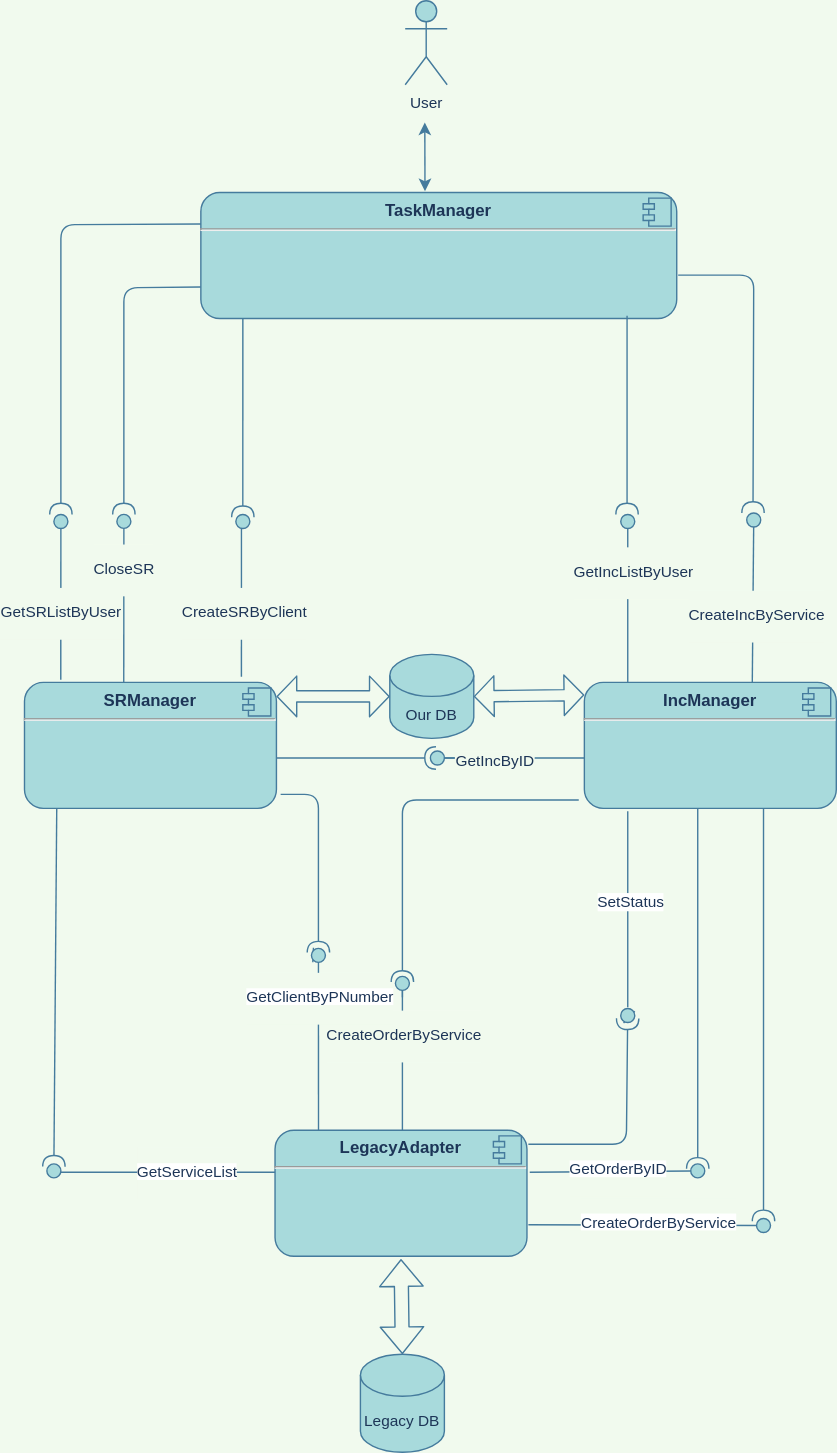
The draw.io diagram components.svg in theotheo46/gb, before a commit. Source tidied: cells renumbered, new cells last; positions are measured from the earlier drawing's top-left corner, leaving out a move shared by most shapes.
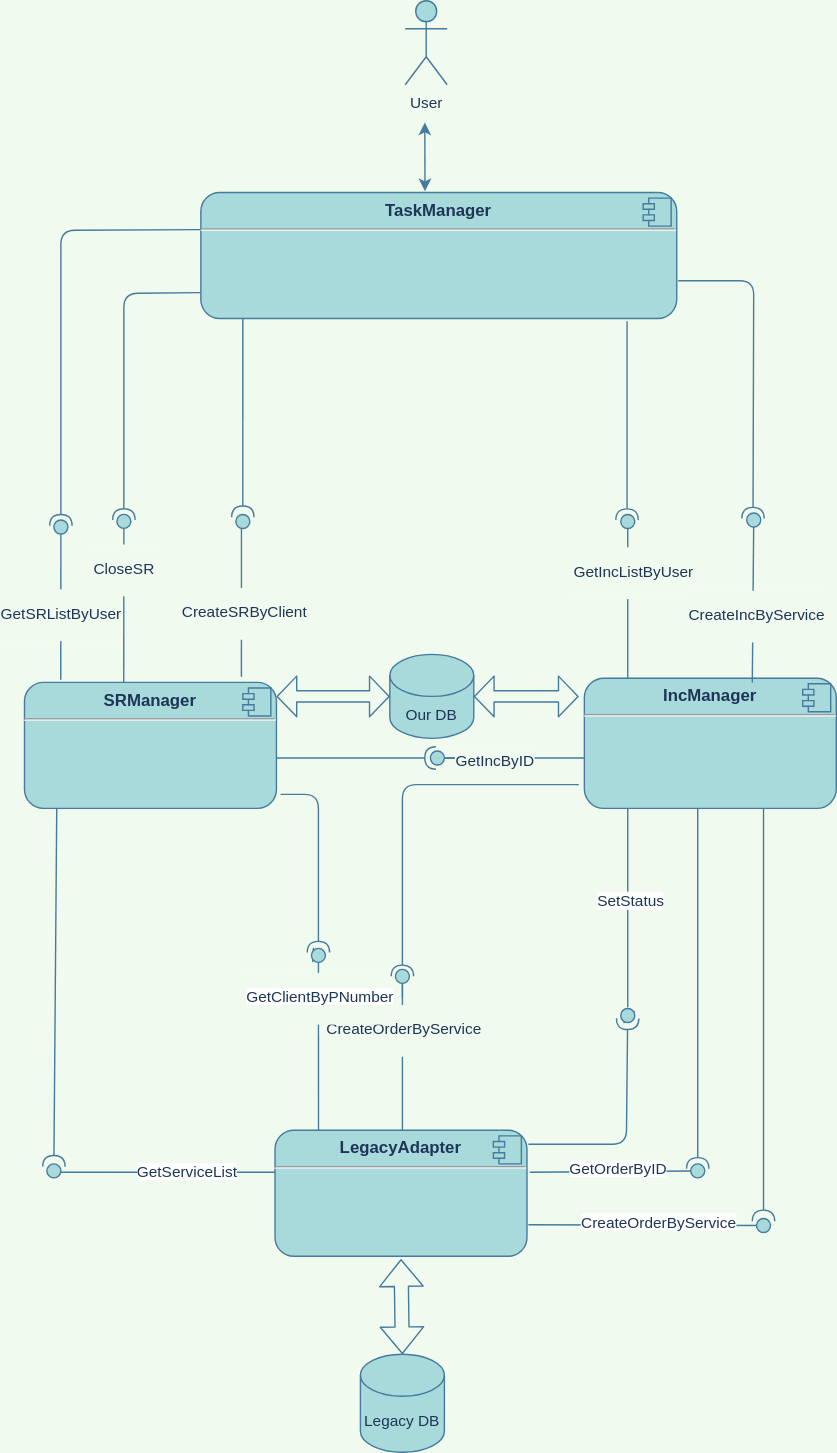
The same diagram one commit later.

Diff of the diagram source:
```diff
@@ -19,7 +19,7 @@
       </mxGeometry>
     </mxCell>
     <mxCell id="6" style="ellipse;whiteSpace=wrap;html=1;align=center;points=[];outlineConnect=0;fillColor=#A8DADC;strokeColor=#457B9D;fontColor=#1D3557;rounded=1;" parent="1" vertex="1">
-      <mxGeometry x="21" y="367" width="10" height="10" as="geometry" />
+      <mxGeometry x="21" y="371" width="10" height="10" as="geometry" />
     </mxCell>
     <mxCell id="7" style="jettySize=auto;html=1;endArrow=none;endFill=0;targetPerimeterSpacing=0;exitX=0.5;exitY=0;exitDx=0;exitDy=0;startArrow=none;strokeColor=#457B9D;fontColor=#1D3557;labelBackgroundColor=#F1FAEE;" parent="1" edge="1" source="8">
       <mxGeometry relative="1" as="geometry">
@@ -49,7 +49,7 @@
       <mxGeometry x="151" y="367" width="10" height="10" as="geometry" />
     </mxCell>
     <mxCell id="14" value="&lt;p style=&quot;margin: 6px 0px 0px ; text-align: center&quot;&gt;&lt;b&gt;IncManager&lt;/b&gt;&lt;/p&gt;&lt;hr&gt;&lt;p style=&quot;margin: 0px 0px 0px 8px&quot;&gt;&lt;br&gt;&lt;/p&gt;" style="align=left;overflow=fill;html=1;fillColor=#A8DADC;strokeColor=#457B9D;fontColor=#1D3557;rounded=1;" parent="1" vertex="1">
-      <mxGeometry x="400" y="487" width="180" height="90" as="geometry" />
+      <mxGeometry x="400" y="484" width="180" height="93" as="geometry" />
     </mxCell>
     <mxCell id="15" style="shape=component;jettyWidth=8;jettyHeight=4;fillColor=#A8DADC;strokeColor=#457B9D;fontColor=#1D3557;rounded=1;" parent="14" vertex="1">
       <mxGeometry x="1" width="20" height="20" relative="1" as="geometry">
@@ -73,7 +73,7 @@
       </mxGeometry>
     </mxCell>
     <mxCell id="19" style="ellipse;whiteSpace=wrap;html=1;align=center;points=[];outlineConnect=0;fillColor=#A8DADC;strokeColor=#457B9D;fontColor=#1D3557;rounded=1;" parent="1" vertex="1">
-      <mxGeometry x="265" y="697" width="10" height="10" as="geometry" />
+      <mxGeometry x="265" y="692" width="10" height="10" as="geometry" />
     </mxCell>
     <mxCell id="20" style="jettySize=auto;html=1;endArrow=none;endFill=0;sourcePerimeterSpacing=0;exitX=0.5;exitY=0;exitDx=0;exitDy=0;strokeColor=#457B9D;fontColor=#1D3557;labelBackgroundColor=#F1FAEE;" parent="1" edge="1" target="19">
       <mxGeometry relative="1" as="geometry">
@@ -119,10 +119,10 @@
     </mxCell>
     <mxCell id="29" style="orthogonalLoop=1;jettySize=auto;html=1;endArrow=halfCircle;endFill=0;endSize=6;strokeWidth=1;strokeColor=#457B9D;fontColor=#1D3557;labelBackgroundColor=#F1FAEE;" parent="1" edge="1">
       <mxGeometry relative="1" as="geometry">
-        <mxPoint x="396" y="571" as="sourcePoint" />
-        <mxPoint x="270" y="701" as="targetPoint" />
+        <mxPoint x="396" y="560" as="sourcePoint" />
+        <mxPoint x="270" y="697" as="targetPoint" />
         <Array as="points">
-          <mxPoint x="270" y="571" />
+          <mxPoint x="270" y="560" />
         </Array>
       </mxGeometry>
     </mxCell>
@@ -200,8 +200,10 @@
         <mxPoint x="180" y="497" as="targetPoint" />
       </mxGeometry>
     </mxCell>
-    <mxCell id="46" style="shape=flexArrow;endArrow=classic;startArrow=classic;html=1;fontFamily=Helvetica;fontSize=11;exitX=0;exitY=0.1;exitDx=0;exitDy=0;exitPerimeter=0;width=8;startSize=4.33;endSize=4.33;entryX=1;entryY=0.5;entryDx=0;entryDy=0;entryPerimeter=0;strokeColor=#457B9D;fontColor=#1D3557;labelBackgroundColor=#F1FAEE;" parent="1" edge="1" source="14" target="44">
-      <mxGeometry relative="1" as="geometry" />
+    <mxCell id="46" style="shape=flexArrow;endArrow=classic;startArrow=classic;html=1;fontFamily=Helvetica;fontSize=11;width=8;startSize=4.33;endSize=4.33;entryX=1;entryY=0.5;entryDx=0;entryDy=0;entryPerimeter=0;strokeColor=#457B9D;fontColor=#1D3557;labelBackgroundColor=#F1FAEE;" parent="1" edge="1" target="44">
+      <mxGeometry relative="1" as="geometry">
+        <mxPoint x="396" y="497" as="sourcePoint" />
+      </mxGeometry>
     </mxCell>
     <mxCell id="47" style="orthogonalLoop=1;jettySize=auto;html=1;endArrow=none;endFill=0;sourcePerimeterSpacing=0;targetPerimeterSpacing=0;exitX=1;exitY=0.75;exitDx=0;exitDy=0;strokeColor=#457B9D;fontColor=#1D3557;labelBackgroundColor=#F1FAEE;" parent="1" edge="1">
       <mxGeometry relative="1" as="geometry">
@@ -233,7 +235,7 @@
     </mxCell>
     <mxCell id="53" style="orthogonalLoop=1;jettySize=auto;html=1;endArrow=none;endFill=0;sourcePerimeterSpacing=0;strokeColor=#457B9D;fontColor=#1D3557;labelBackgroundColor=#F1FAEE;" parent="1" edge="1">
       <mxGeometry relative="1" as="geometry">
-        <mxPoint x="431" y="579" as="sourcePoint" />
+        <mxPoint x="431" y="577" as="sourcePoint" />
         <mxPoint x="431" y="719" as="targetPoint" />
       </mxGeometry>
     </mxCell>
@@ -257,10 +259,12 @@
         <mxPoint x="-24" y="4" as="offset" />
       </mxGeometry>
     </mxCell>
-    <mxCell id="58" style="jettySize=auto;html=1;endArrow=halfCircle;endFill=0;endSize=6;strokeWidth=1;exitX=0;exitY=0.25;exitDx=0;exitDy=0;strokeColor=#457B9D;fontColor=#1D3557;labelBackgroundColor=#F1FAEE;" parent="1" edge="1" source="56" target="6">
+    <mxCell id="58" style="orthogonalLoop=1;jettySize=auto;html=1;endArrow=halfCircle;endFill=0;endSize=6;strokeWidth=1;exitX=0;exitY=0.25;exitDx=0;exitDy=0;strokeColor=#457B9D;fontColor=#1D3557;labelBackgroundColor=#F1FAEE;" parent="1" edge="1">
       <mxGeometry relative="1" as="geometry">
+        <mxPoint x="126" y="163.5" as="sourcePoint" />
+        <mxPoint x="26" y="375" as="targetPoint" />
         <Array as="points">
-          <mxPoint x="26" y="160" />
+          <mxPoint x="26" y="164" />
         </Array>
       </mxGeometry>
     </mxCell>
@@ -272,15 +276,16 @@
     </mxCell>
     <mxCell id="60" style="orthogonalLoop=1;jettySize=auto;html=1;endArrow=halfCircle;endFill=0;endSize=6;strokeWidth=1;strokeColor=#457B9D;fontColor=#1D3557;labelBackgroundColor=#F1FAEE;" parent="1" edge="1">
       <mxGeometry relative="1" as="geometry">
-        <mxPoint x="430.5" y="225" as="sourcePoint" />
-        <mxPoint x="430.5" y="367" as="targetPoint" />
+        <mxPoint x="430.5" y="229" as="sourcePoint" />
+        <mxPoint x="430.5" y="371" as="targetPoint" />
       </mxGeometry>
     </mxCell>
-    <mxCell id="61" style="jettySize=auto;html=1;endArrow=halfCircle;endFill=0;endSize=6;strokeWidth=1;exitX=1.003;exitY=0.656;exitDx=0;exitDy=0;exitPerimeter=0;strokeColor=#457B9D;fontColor=#1D3557;labelBackgroundColor=#F1FAEE;" parent="1" edge="1" source="56">
+    <mxCell id="61" style="orthogonalLoop=1;jettySize=auto;html=1;endArrow=halfCircle;endFill=0;endSize=6;strokeWidth=1;exitX=1.003;exitY=0.656;exitDx=0;exitDy=0;exitPerimeter=0;strokeColor=#457B9D;fontColor=#1D3557;labelBackgroundColor=#F1FAEE;" parent="1" edge="1">
       <mxGeometry relative="1" as="geometry">
-        <mxPoint x="520.5" y="366" as="targetPoint" />
+        <mxPoint x="467" y="200" as="sourcePoint" />
+        <mxPoint x="520.5" y="370" as="targetPoint" />
         <Array as="points">
-          <mxPoint x="521" y="196" />
+          <mxPoint x="521" y="200" />
         </Array>
       </mxGeometry>
     </mxCell>
@@ -313,10 +318,12 @@
     <mxCell id="68" style="ellipse;whiteSpace=wrap;html=1;align=center;points=[];outlineConnect=0;fillColor=#A8DADC;strokeColor=#457B9D;fontColor=#1D3557;rounded=1;" parent="1" vertex="1">
       <mxGeometry x="66" y="367" width="10" height="10" as="geometry" />
     </mxCell>
-    <mxCell id="69" style="jettySize=auto;html=1;endArrow=halfCircle;endFill=0;endSize=6;strokeWidth=1;exitX=0;exitY=0.75;exitDx=0;exitDy=0;strokeColor=#457B9D;fontColor=#1D3557;labelBackgroundColor=#F1FAEE;" parent="1" edge="1" source="56" target="68">
+    <mxCell id="69" style="orthogonalLoop=1;jettySize=auto;html=1;endArrow=halfCircle;endFill=0;endSize=6;strokeWidth=1;exitX=0;exitY=0.75;exitDx=0;exitDy=0;strokeColor=#457B9D;fontColor=#1D3557;labelBackgroundColor=#F1FAEE;" parent="1" edge="1">
       <mxGeometry relative="1" as="geometry">
+        <mxPoint x="126" y="208.5" as="sourcePoint" />
+        <mxPoint x="71" y="371" as="targetPoint" />
         <Array as="points">
-          <mxPoint x="71" y="205" />
+          <mxPoint x="71" y="209" />
         </Array>
       </mxGeometry>
     </mxCell>
```
